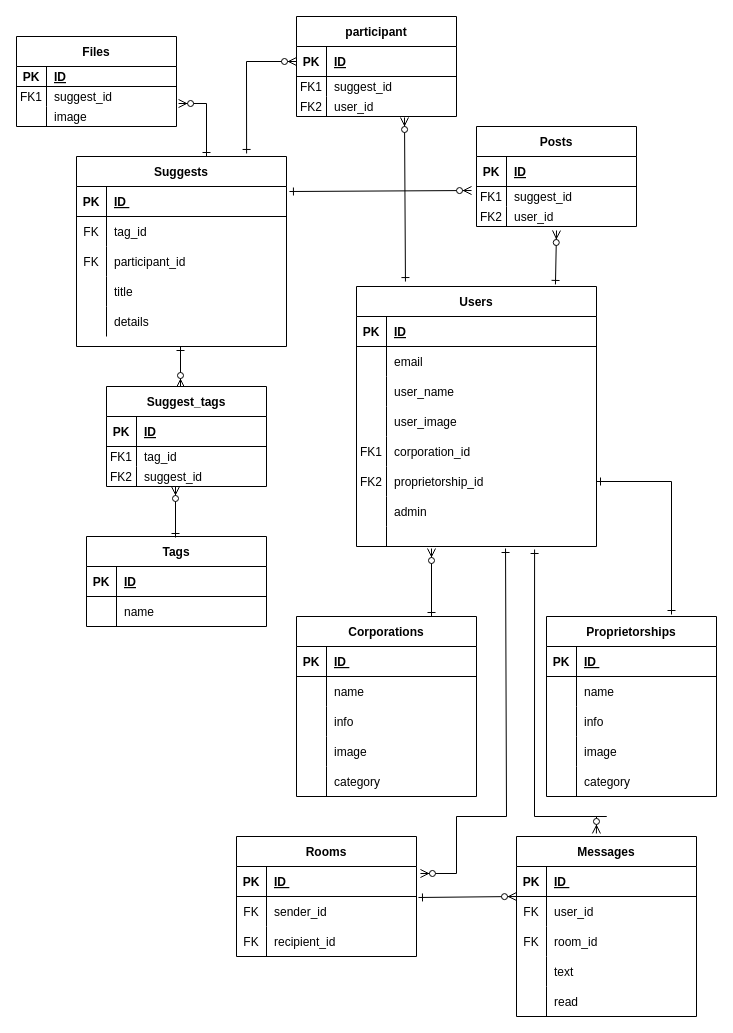
This is Untitled Diagram.drawio from Sec-il-n/dic_guraduate_parts, a draw.io file, before an edit. Source tidied: cells renumbered, new cells numbered last; positions are measured from the earlier drawing's top-left corner, leaving out a move shared by most shapes. Both pictures are drawn from the tidied source at 100%, with x=0, y=0 at pixel (16, 16).
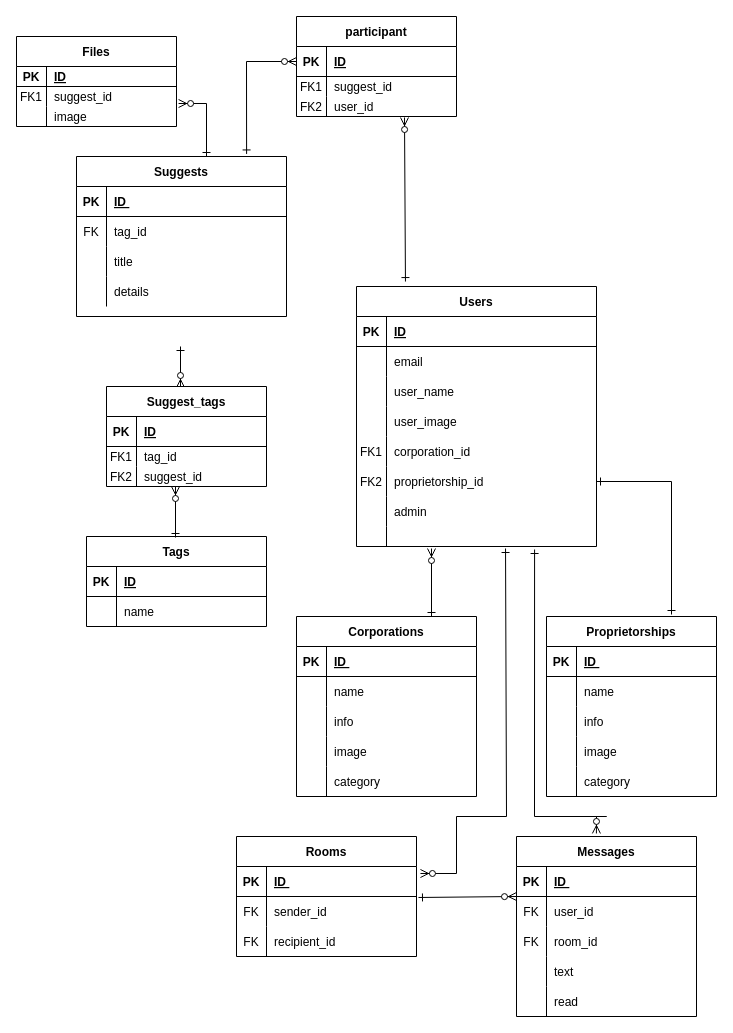
The same diagram, later.

Commit message:
Untitled Diagram.drawio を更新します

Unchanged cells that the change refers to:
```xml
<mxCell id="10" value="Users" style="shape=table;startSize=30;childLayout=tableLayout;rowLines=0;fontStyle=1;align=center;" parent="1" vertex="1">
  <mxGeometry x="340" y="270" width="240" height="260" as="geometry" />
</mxCell>
<mxCell id="37" style="shape=partialRectangle;fillColor=none;points=[[0,0.5],[1,0.5]];portConstraint=eastwest;top=0;left=0;right=0;bottom=1;" parent="36" vertex="1">
  <mxGeometry y="30" width="210" height="30" as="geometry" />
</mxCell>
```

Diff of the diagram source:
```diff
@@
-    <mxCell id="9" style="edgeStyle=none;rounded=0;jettySize=auto;html=1;startArrow=ERone;startFill=0;endArrow=ERzeroToMany;endFill=1;exitX=0.829;exitY=-0.008;exitDx=0;exitDy=0;exitPerimeter=0;" parent="1" edge="1" source="10">
-      <mxGeometry relative="1" as="geometry">
-        <mxPoint x="540" y="214" as="targetPoint" />
-      </mxGeometry>
-    </mxCell>
@@
     <mxCell id="36" value="Suggests" style="shape=table;startSize=30;childLayout=tableLayout;rowLines=0;fontStyle=1;align=center;" parent="1" vertex="1">
-      <mxGeometry x="60" y="140" width="210" height="190" as="geometry" />
+      <mxGeometry x="60" y="140" width="210" height="160" as="geometry" />
     </mxCell>
@@
-    <mxCell id="43" style="shape=partialRectangle;fillColor=none;top=0;left=0;right=0;bottom=0;" parent="36" vertex="1">
-      <mxGeometry y="90" width="210" height="30" as="geometry" />
-    </mxCell>
-    <mxCell id="44" style="shape=partialRectangle;overflow=hidden;fillColor=none;top=0;left=0;bottom=0;right=0;" parent="43" vertex="1">
-      <mxGeometry width="30" height="30" as="geometry" />
-    </mxCell>
-    <mxCell id="45" value="participant_id" style="shape=partialRectangle;overflow=hidden;fillColor=none;top=0;left=0;bottom=0;right=0;align=left;spacingLeft=6;" parent="43" vertex="1">
-      <mxGeometry x="30" width="180" height="30" as="geometry" />
-    </mxCell>
     <mxCell id="46" style="shape=partialRectangle;fillColor=none;top=0;left=0;right=0;bottom=0;" parent="36" vertex="1">
-      <mxGeometry y="120" width="210" height="30" as="geometry" />
+      <mxGeometry y="90" width="210" height="30" as="geometry" />
     </mxCell>
@@
     <mxCell id="49" style="shape=partialRectangle;fillColor=none;top=0;left=0;right=0;bottom=0;" parent="36" vertex="1">
-      <mxGeometry y="150" width="210" height="30" as="geometry" />
+      <mxGeometry y="120" width="210" height="30" as="geometry" />
     </mxCell>
@@
-    <mxCell id="62" style="rounded=0;jettySize=auto;html=1;startArrow=ERzeroToMany;startFill=1;endArrow=ERone;endFill=0;entryX=1.014;entryY=0.167;entryDx=0;entryDy=0;entryPerimeter=0;exitX=-0.031;exitY=0.2;exitDx=0;exitDy=0;exitPerimeter=0;" parent="1" edge="1" source="67" target="37">
-      <mxGeometry relative="1" as="geometry" />
-    </mxCell>
-    <mxCell id="63" value="Posts" style="shape=table;startSize=30;childLayout=tableLayout;rowLines=0;fontStyle=1;align=center;" parent="1" vertex="1">
-      <mxGeometry x="460" y="110" width="160" height="100" as="geometry" />
-    </mxCell>
-    <mxCell id="64" style="shape=partialRectangle;fillColor=none;top=0;left=0;right=0;bottom=1;" parent="63" vertex="1">
-      <mxGeometry y="30" width="160" height="30" as="geometry" />
-    </mxCell>
-    <mxCell id="65" value="PK" style="shape=partialRectangle;overflow=hidden;fillColor=none;top=0;left=0;bottom=0;right=0;fontStyle=1;" parent="64" vertex="1">
-      <mxGeometry width="30" height="30" as="geometry" />
-    </mxCell>
-    <mxCell id="66" value="ID" style="shape=partialRectangle;overflow=hidden;fillColor=none;top=0;left=0;bottom=0;right=0;align=left;spacingLeft=6;fontStyle=5;" parent="64" vertex="1">
-      <mxGeometry x="30" width="130" height="30" as="geometry" />
-    </mxCell>
-    <mxCell id="67" style="shape=partialRectangle;fillColor=none;points=[[0,0.5],[1,0.5]];portConstraint=eastwest;top=0;left=0;right=0;bottom=0;" parent="63" vertex="1">
-      <mxGeometry y="60" width="160" height="20" as="geometry" />
-    </mxCell>
-    <mxCell id="68" value="FK1" style="shape=partialRectangle;overflow=hidden;fillColor=none;top=0;left=0;bottom=0;right=0;" parent="67" vertex="1">
-      <mxGeometry width="30" height="20" as="geometry" />
-    </mxCell>
-    <mxCell id="69" value="suggest_id" style="shape=partialRectangle;overflow=hidden;fillColor=none;top=0;left=0;bottom=0;right=0;align=left;spacingLeft=6;" parent="67" vertex="1">
-      <mxGeometry x="30" width="130" height="20" as="geometry" />
-    </mxCell>
-    <mxCell id="70" style="shape=partialRectangle;fillColor=none;top=0;left=0;right=0;bottom=0;" parent="63" vertex="1">
-      <mxGeometry y="80" width="160" height="20" as="geometry" />
-    </mxCell>
-    <mxCell id="71" value="FK2" style="shape=partialRectangle;overflow=hidden;fillColor=none;top=0;left=0;bottom=0;right=0;" parent="70" vertex="1">
-      <mxGeometry width="30" height="20" as="geometry" />
-    </mxCell>
-    <mxCell id="72" value="user_id" style="shape=partialRectangle;overflow=hidden;fillColor=none;top=0;left=0;bottom=0;right=0;align=left;spacingLeft=6;" parent="70" vertex="1">
-      <mxGeometry x="30" width="130" height="20" as="geometry" />
-    </mxCell>
@@
-    <mxCell id="147" value="FK" style="shape=partialRectangle;overflow=hidden;fillColor=none;top=0;left=0;bottom=0;right=0;" parent="1" vertex="1">
-      <mxGeometry x="60" y="230" width="30" height="30" as="geometry" />
-    </mxCell>
```
